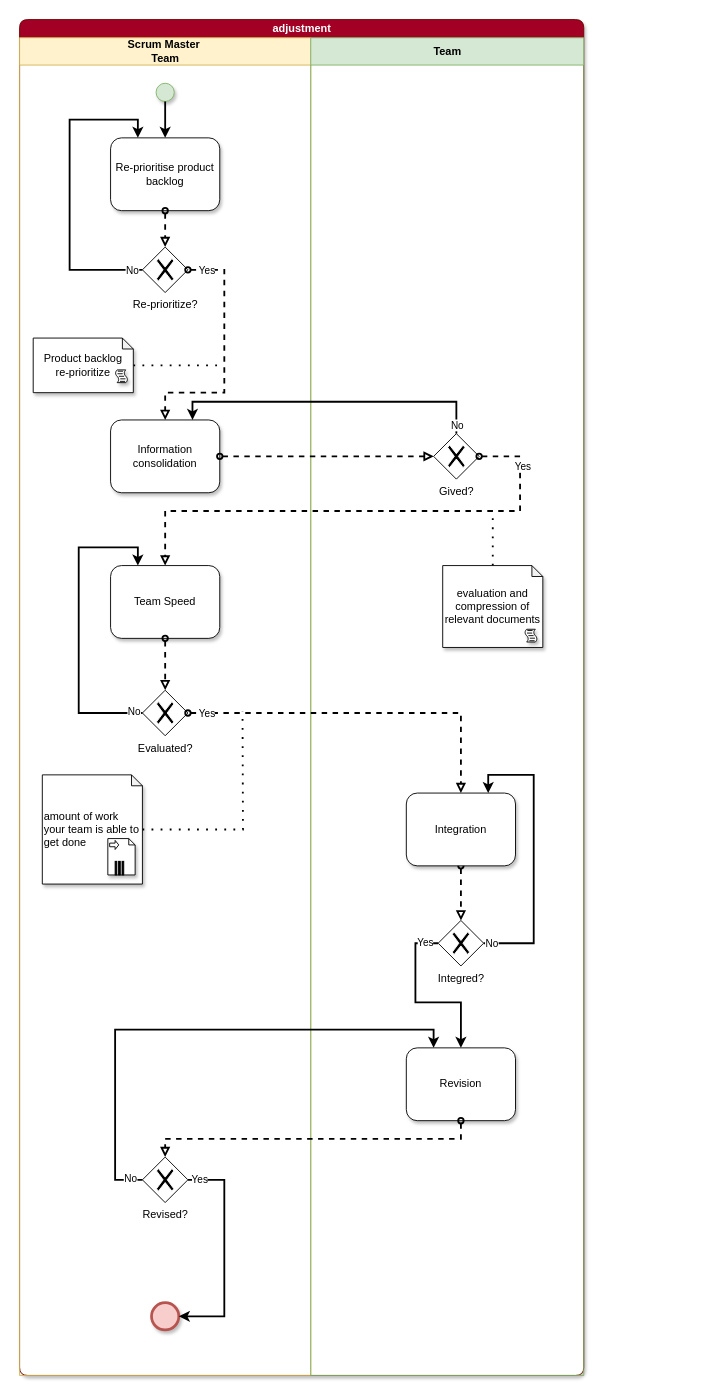
Earlier version of the draw.io diagram page "Adjustment" (9 of 11) of BPMN_Pre-game.drawio (JavierCabreraDev/Metodologia_Practica). Source tidied: cells renumbered, new cells numbered last; positions are measured from the earlier drawing's top-left corner, leaving out a move shared by most shapes. Both pictures are drawn from the tidied source at 91%, with x=0, y=0 at pixel (19, 19).
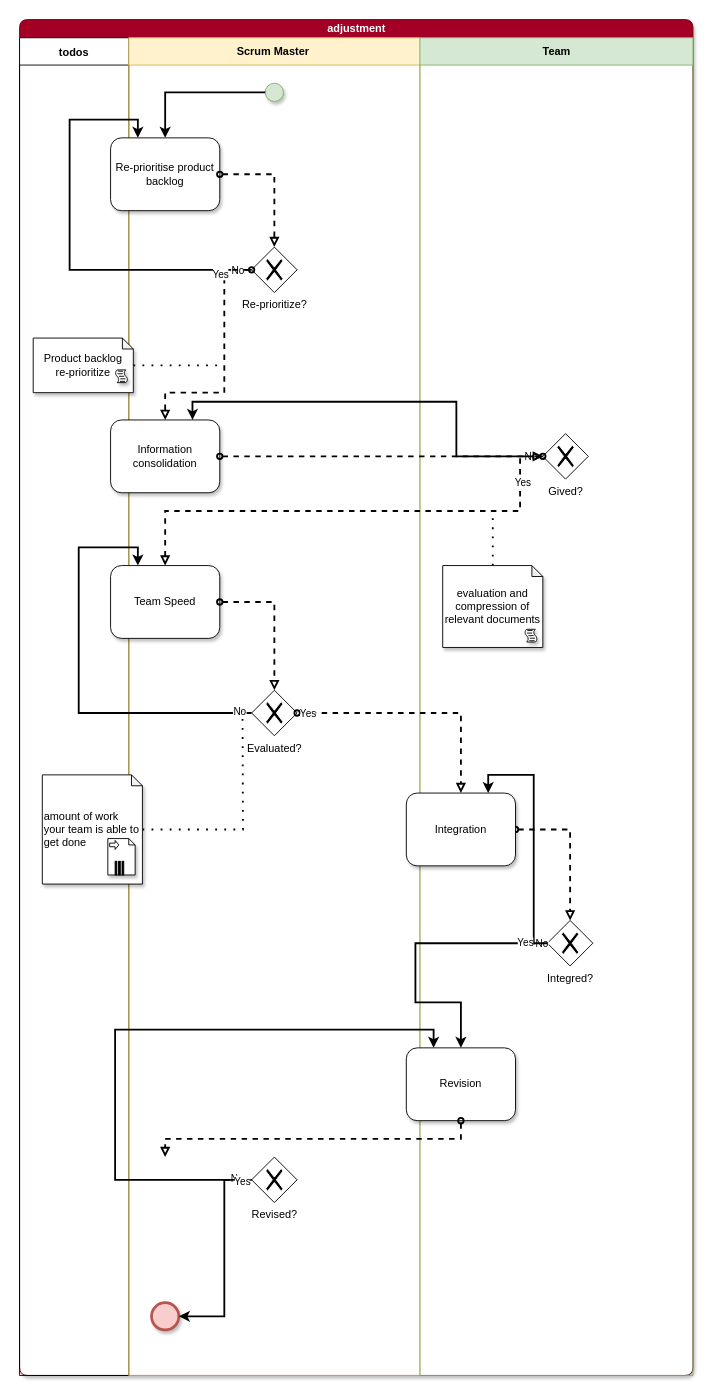
The same page after the edit.

Diff of the diagram source:
```diff
@@
     <mxCell id="2" value="adjustment" style="swimlane;html=1;startSize=20;shadow=1;glass=0;swimlaneFillColor=#ffffff;fillColor=#a20025;strokeColor=#6F0000;fontColor=#ffffff;rounded=1;" parent="1" vertex="1">
-      <mxGeometry width="620" height="1490" as="geometry" />
+      <mxGeometry width="740" height="1490" as="geometry" />
     </mxCell>
+    <mxCell id="54" value="todos" style="swimlane;startSize=30;" parent="2" vertex="1">
+      <mxGeometry y="20" width="120" height="1470" as="geometry" />
+    </mxCell>
-    <mxCell id="3" value="Scrum Master&amp;nbsp;&lt;br&gt;Team" style="swimlane;html=1;startSize=30;fillColor=#fff2cc;strokeColor=#d6b656;" parent="2" vertex="1">
-      <mxGeometry y="20" width="320" height="1470" as="geometry" />
+    <mxCell id="3" value="Scrum Master&amp;nbsp;&lt;br&gt;" style="swimlane;html=1;startSize=30;fillColor=#fff2cc;strokeColor=#d6b656;" parent="2" vertex="1">
+      <mxGeometry x="120" y="20" width="320" height="1470" as="geometry" />
     </mxCell>
@@
     <mxCell id="8" value="Team" style="swimlane;html=1;startSize=30;fillColor=#d5e8d4;strokeColor=#82b366;" parent="2" vertex="1">
-      <mxGeometry x="320" y="20" width="300" height="1470" as="geometry" />
+      <mxGeometry x="440" y="20" width="300" height="1470" as="geometry" />
     </mxCell>
```
